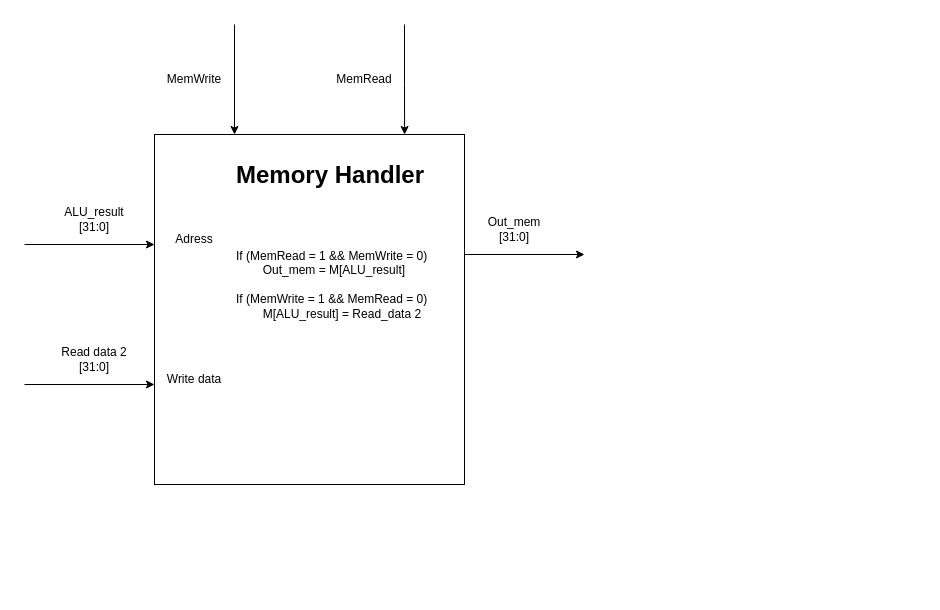
Before: Data_memory.drawio in limichael246/STARS_2024, a draw.io diagram. Source tidied: cells renumbered, new cells numbered last; positions are measured from the earlier drawing's top-left corner, leaving out a move shared by most shapes. Both pictures are drawn from the tidied source at 100%, with x=0, y=0 at pixel (24, 24).
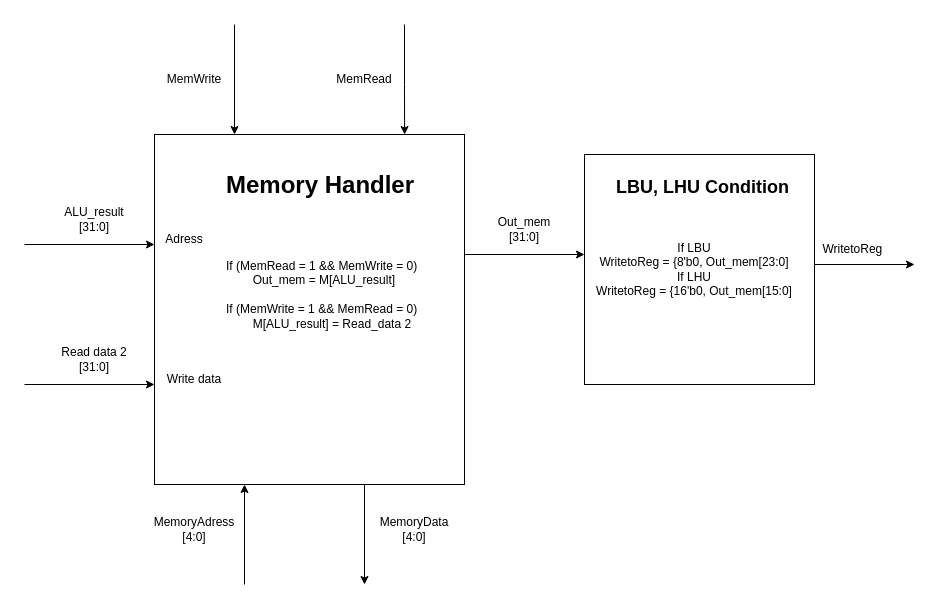
The same page after the edit.

What changed in the source:
```diff
@@
     <mxCell id="8" value="Adress" style="text;html=1;align=center;verticalAlign=middle;whiteSpace=wrap;rounded=0;" parent="1" vertex="1">
-      <mxGeometry x="140" y="200" width="60" height="30" as="geometry" />
+      <mxGeometry x="130" y="200" width="60" height="30" as="geometry" />
     </mxCell>
@@
-    <mxCell id="14" value="&lt;h1 style=&quot;margin-top: 0px;&quot;&gt;Memory Handler&lt;/h1&gt;&lt;div&gt;&lt;br&gt;&lt;/div&gt;&lt;div&gt;&lt;br&gt;&lt;/div&gt;&lt;div&gt;&lt;br&gt;&lt;/div&gt;&lt;div&gt;If (MemRead = 1 &amp;amp;&amp;amp; MemWrite = 0)&amp;nbsp;&lt;/div&gt;&lt;div&gt;&lt;span style=&quot;white-space: pre;&quot;&gt;&#9;&lt;/span&gt;Out_mem = M[ALU_result]&lt;br&gt;&lt;/div&gt;&lt;div&gt;&lt;br&gt;&lt;/div&gt;&lt;div&gt;If (MemWrite = 1 &amp;amp;&amp;amp; MemRead = 0)&lt;/div&gt;&lt;div&gt;&lt;span style=&quot;white-space: pre;&quot;&gt;&#9;&lt;/span&gt;M[ALU_result] = Read_data 2&lt;br&gt;&lt;/div&gt;" style="text;html=1;whiteSpace=wrap;overflow=hidden;rounded=0;" parent="1" vertex="1">
-      <mxGeometry x="210" y="130" width="200" height="290" as="geometry" />
+    <mxCell id="14" value="&lt;h1 style=&quot;margin-top: 0px;&quot;&gt;Memory Handler&lt;/h1&gt;&lt;div&gt;&lt;br&gt;&lt;/div&gt;&lt;div&gt;&lt;br&gt;&lt;/div&gt;&lt;div&gt;&lt;br&gt;&lt;/div&gt;&lt;div&gt;If (MemRead = 1 &amp;amp;&amp;amp; MemWrite = 0)&amp;nbsp;&lt;/div&gt;&lt;div&gt;&lt;span style=&quot;white-space: pre;&quot;&gt;&#9;&lt;/span&gt;&lt;span style=&quot;background-color: initial;&quot;&gt;Out_mem = M[ALU_result]&lt;/span&gt;&lt;br&gt;&lt;/div&gt;&lt;div&gt;&lt;br&gt;&lt;/div&gt;&lt;div&gt;If (MemWrite = 1 &amp;amp;&amp;amp; MemRead = 0)&lt;/div&gt;&lt;div&gt;&lt;span style=&quot;white-space: pre;&quot;&gt;&#9;&lt;/span&gt;M[ALU_result] = Read_data 2&lt;br&gt;&lt;/div&gt;&lt;div&gt;&lt;br&gt;&lt;/div&gt;&lt;div&gt;&lt;br&gt;&lt;/div&gt;" style="text;html=1;whiteSpace=wrap;overflow=hidden;rounded=0;" parent="1" vertex="1">
+      <mxGeometry x="200" y="140" width="200" height="290" as="geometry" />
     </mxCell>
     <mxCell id="15" value="Out_mem [31:0]" style="text;html=1;align=center;verticalAlign=middle;whiteSpace=wrap;rounded=0;" parent="1" vertex="1">
-      <mxGeometry x="460" y="190" width="60" height="30" as="geometry" />
+      <mxGeometry x="470" y="190" width="60" height="30" as="geometry" />
     </mxCell>
+    <mxCell id="16" style="whiteSpace=wrap;html=1;" parent="1" vertex="1">
+      <mxGeometry x="560" y="130" width="230" height="230" as="geometry" />
+    </mxCell>
+    <mxCell id="17" value="If LBU&lt;div&gt;WritetoReg = {8'b0, Out_mem[23:0]&lt;/div&gt;&lt;div&gt;If LHU&lt;/div&gt;&lt;div&gt;WritetoReg = {16'b0, Out_mem[15:0]&lt;/div&gt;" style="text;html=1;align=center;verticalAlign=middle;whiteSpace=wrap;rounded=0;" parent="1" vertex="1">
+      <mxGeometry x="570" y="200" width="200" height="90" as="geometry" />
+    </mxCell>
+    <mxCell id="18" style="endArrow=classic;html=1;rounded=0;" parent="1" edge="1">
+      <mxGeometry relative="1" as="geometry">
+        <mxPoint x="790" y="240" as="sourcePoint" />
+        <mxPoint x="890" y="240" as="targetPoint" />
+      </mxGeometry>
+    </mxCell>
+    <mxCell id="19" value="WritetoReg&amp;nbsp;" style="text;html=1;align=center;verticalAlign=middle;whiteSpace=wrap;rounded=0;" parent="1" vertex="1">
+      <mxGeometry x="800" y="210" width="60" height="30" as="geometry" />
+    </mxCell>
+    <mxCell id="20" value="&lt;h1 style=&quot;margin-top: 0px;&quot;&gt;&lt;font style=&quot;font-size: 18px;&quot;&gt;LBU, LHU Condition&lt;/font&gt;&lt;/h1&gt;" style="text;html=1;whiteSpace=wrap;overflow=hidden;rounded=0;" parent="1" vertex="1">
+      <mxGeometry x="590" y="140" width="180" height="120" as="geometry" />
+    </mxCell>
+    <mxCell id="21" style="endArrow=classic;html=1;rounded=0;" parent="1" edge="1">
+      <mxGeometry relative="1" as="geometry">
+        <mxPoint x="220" y="560" as="sourcePoint" />
+        <mxPoint x="220" y="460" as="targetPoint" />
+      </mxGeometry>
+    </mxCell>
+    <mxCell id="22" style="endArrow=classic;html=1;rounded=0;" parent="1" edge="1">
+      <mxGeometry relative="1" as="geometry">
+        <mxPoint x="340" y="460" as="sourcePoint" />
+        <mxPoint x="340" y="560" as="targetPoint" />
+      </mxGeometry>
+    </mxCell>
+    <mxCell id="23" value="MemoryAdress&lt;div&gt;[4:0]&lt;/div&gt;" style="text;html=1;align=center;verticalAlign=middle;whiteSpace=wrap;rounded=0;" parent="1" vertex="1">
+      <mxGeometry x="140" y="490" width="60" height="30" as="geometry" />
+    </mxCell>
+    <mxCell id="24" value="MemoryData&lt;div&gt;[4:0]&lt;/div&gt;" style="text;html=1;align=center;verticalAlign=middle;whiteSpace=wrap;rounded=0;" parent="1" vertex="1">
+      <mxGeometry x="360" y="490" width="60" height="30" as="geometry" />
+    </mxCell>
```
